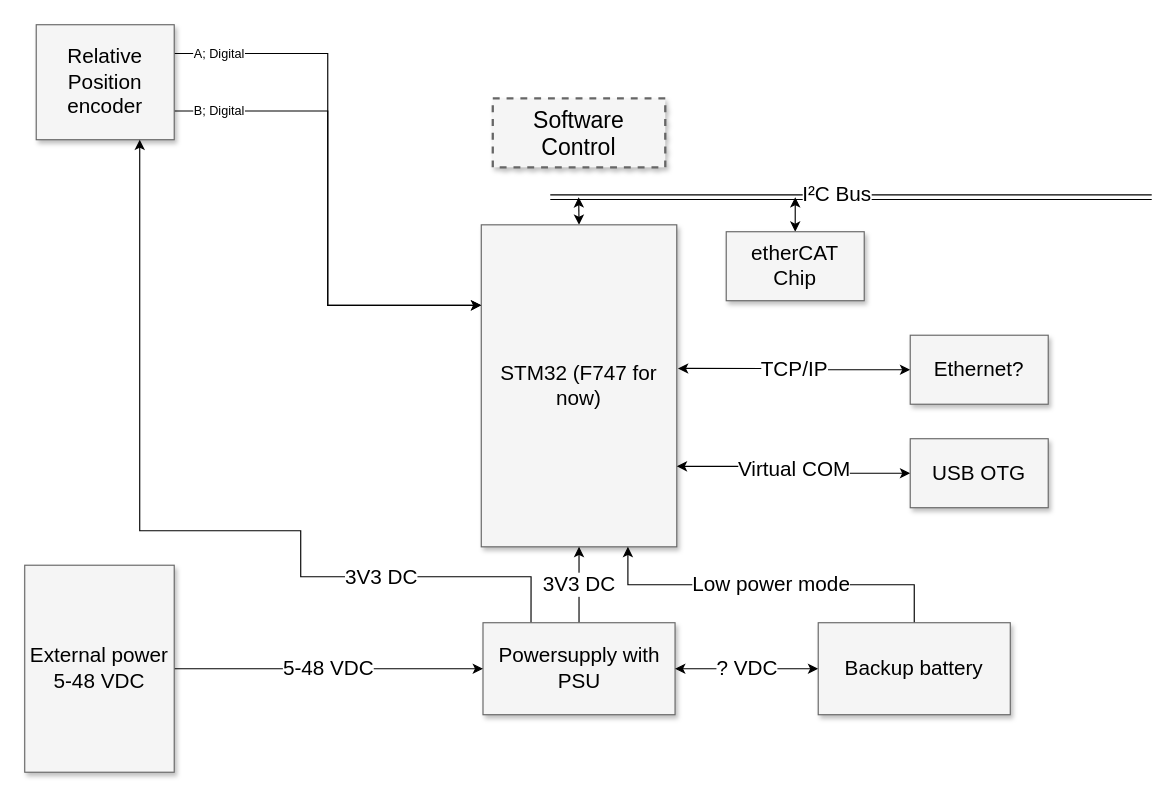
The draw.io diagram Design overview/Servo_controller_system_diagram.drawio in tretron/Open_servo, before the edit. Source tidied: cells renumbered, new cells numbered last; positions are measured from the earlier drawing's top-left corner, leaving out a move shared by most shapes. Both pictures are drawn from the tidied source at 115%, with x=0, y=0 at pixel (24, 24).
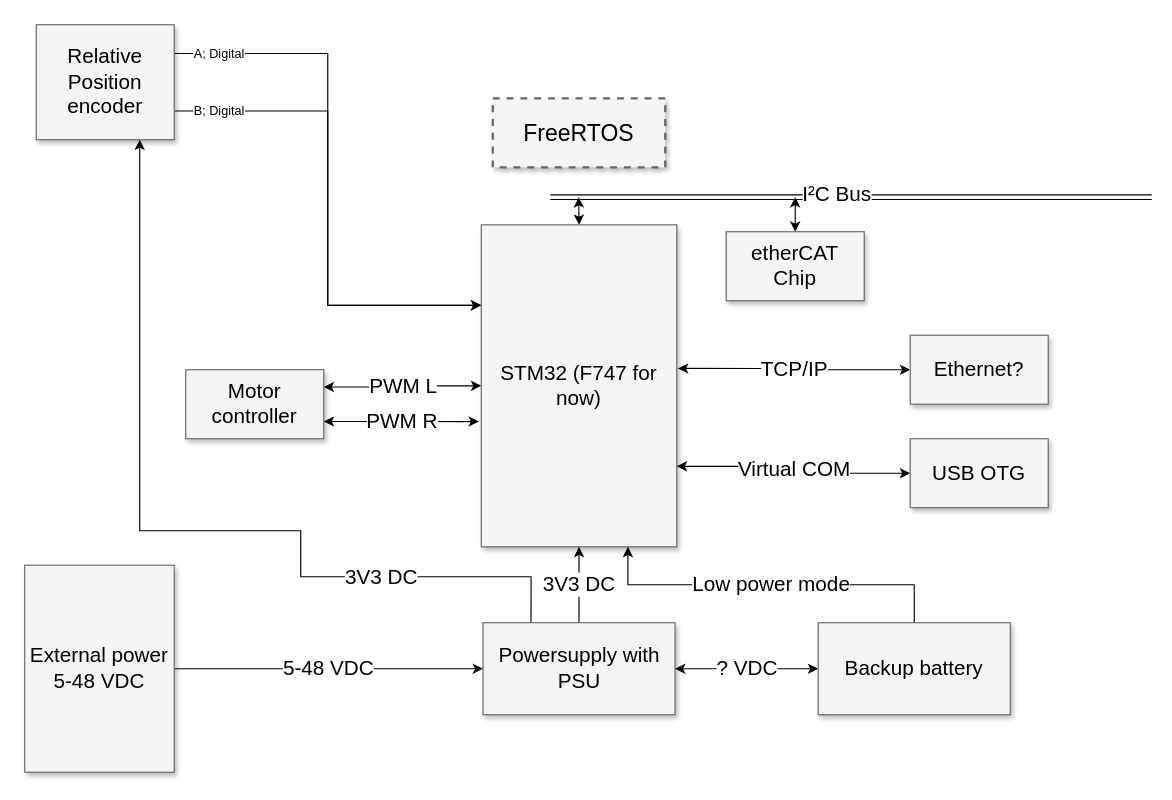
The same page after the edit.

Unchanged cells that the change refers to:
```xml
<mxCell id="4" value="STM32 (F747 for now)" style="whiteSpace=wrap;html=1;shadow=1;fontSize=18;fillColor=#f5f5f5;strokeColor=#666666;" parent="1" vertex="1">
  <mxGeometry x="397" y="174" width="170" height="280" as="geometry" />
</mxCell>
```

What changed in the source:
```diff
@@
-    <mxCell id="2" value="Software Control" style="whiteSpace=wrap;html=1;shadow=1;fontSize=20;fillColor=#f5f5f5;strokeColor=#666666;strokeWidth=2;dashed=1;" parent="1" vertex="1">
+    <mxCell id="2" value="FreeRTOS" style="whiteSpace=wrap;html=1;shadow=1;fontSize=20;fillColor=#f5f5f5;strokeColor=#666666;strokeWidth=2;dashed=1;" parent="1" vertex="1">
       <mxGeometry x="407" y="64" width="150" height="60" as="geometry" />
     </mxCell>
@@
+    <mxCell id="25" value="PWM L" style="edgeStyle=orthogonalEdgeStyle;rounded=0;jettySize=auto;html=1;exitX=0;exitY=0.5;exitDx=0;exitDy=0;entryX=1;entryY=0.25;entryDx=0;entryDy=0;fontSize=18;startArrow=classic;startFill=1;" parent="1" edge="1" source="4" target="27">
+      <mxGeometry relative="1" as="geometry" />
+    </mxCell>
@@
+    <mxCell id="26" value="PWM R" style="edgeStyle=orthogonalEdgeStyle;rounded=0;jettySize=auto;html=1;exitX=1;exitY=0.75;exitDx=0;exitDy=0;entryX=-0.012;entryY=0.611;entryDx=0;entryDy=0;entryPerimeter=0;fontSize=18;startArrow=classic;startFill=1;" parent="1" edge="1" source="27" target="4">
+      <mxGeometry relative="1" as="geometry" />
+    </mxCell>
+    <mxCell id="27" value="Motor controller" style="whiteSpace=wrap;html=1;shadow=1;fontSize=18;fillColor=#f5f5f5;strokeColor=#666666;" parent="1" vertex="1">
+      <mxGeometry x="140" y="300" width="120" height="60" as="geometry" />
+    </mxCell>
```
